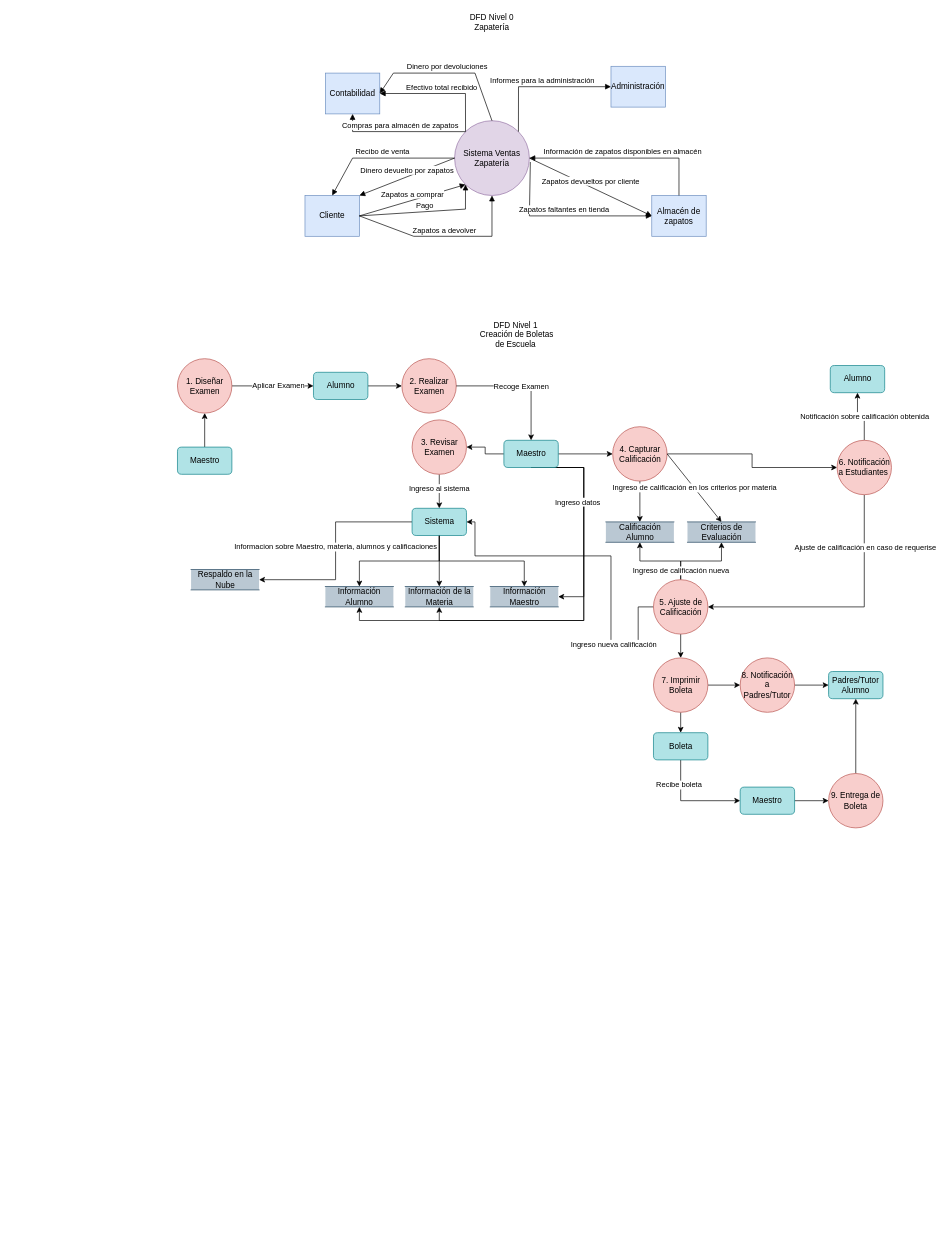
misiomishi/itcj keeps this draw.io diagram as DFD Tarea 1 Ing. Software.drawio. Above is the earlier version. Source tidied: cells renumbered, new cells numbered last; positions are measured from the earlier drawing's top-left corner, leaving out a move shared by most shapes. Both pictures are drawn from the tidied source at 68%, with x=0, y=0 at pixel (177, 12).
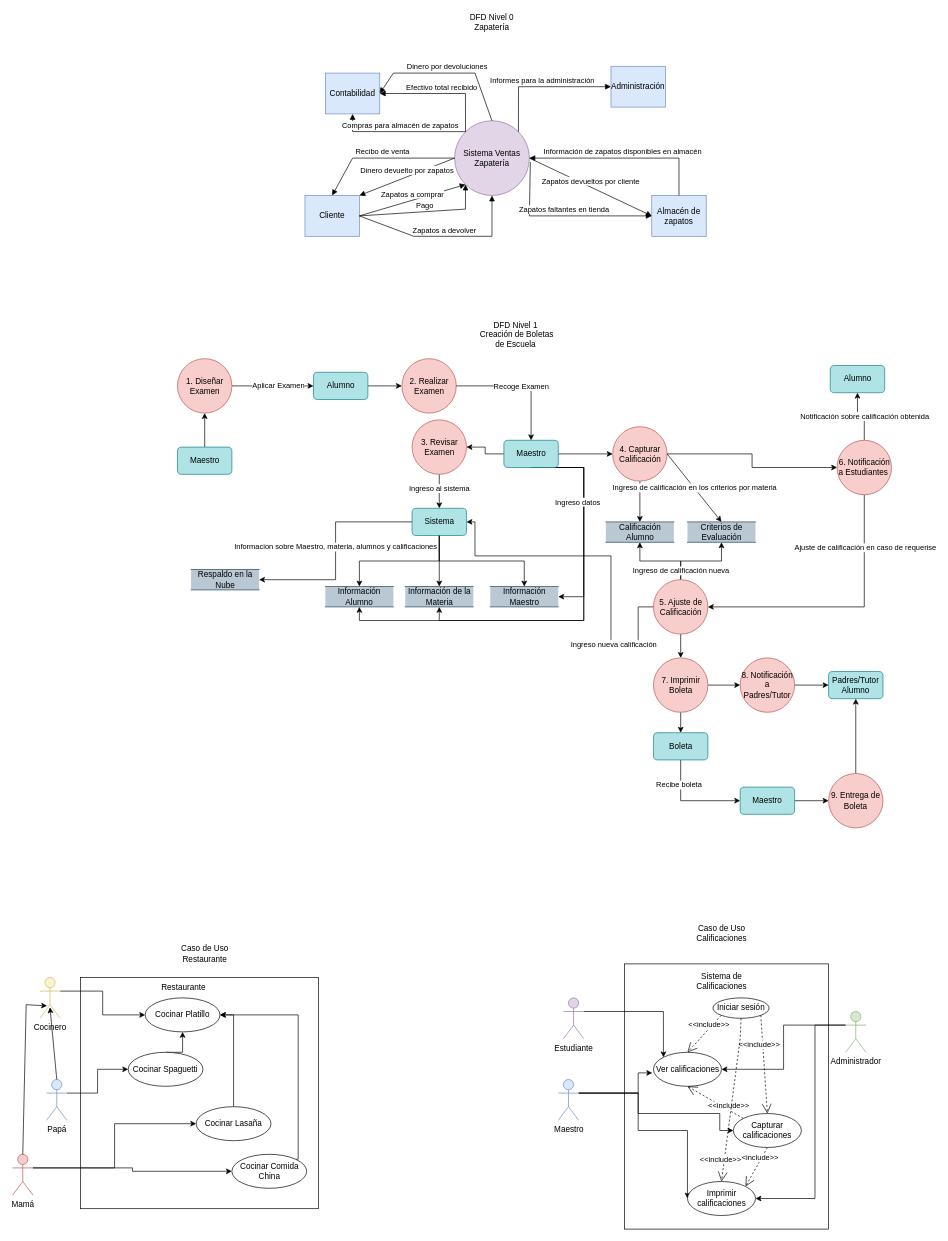
After the change.

Diff of the diagram source:
```diff
@@
+    <mxCell id="84" style="html=1;whiteSpace=wrap;" parent="1" vertex="1">
+      <mxGeometry x="658" y="1400" width="300" height="390" as="geometry" />
+    </mxCell>
@@
+    <mxCell id="85" value="Caso de Uso Restaurante" style="text;html=1;align=center;verticalAlign=middle;whiteSpace=wrap;rounded=0;" parent="1" vertex="1">
+      <mxGeometry x="-24.5" y="1370" width="130" height="30" as="geometry" />
+    </mxCell>
+    <mxCell id="86" style="html=1;whiteSpace=wrap;" parent="1" vertex="1">
+      <mxGeometry x="-142" y="1420" width="350" height="340" as="geometry" />
+    </mxCell>
+    <mxCell id="87" value="&amp;nbsp;Restaurante" style="text;html=1;align=center;verticalAlign=middle;whiteSpace=wrap;rounded=0;" parent="1" vertex="1">
+      <mxGeometry x="-57" y="1420" width="130" height="30" as="geometry" />
+    </mxCell>
+    <mxCell id="88" style="edgeStyle=orthogonalEdgeStyle;rounded=0;jettySize=auto;html=1;exitX=1;exitY=0.3333333333333333;exitDx=0;exitDy=0;exitPerimeter=0;entryX=0;entryY=0.5;entryDx=0;entryDy=0;" parent="1" edge="1" source="89" target="103">
+      <mxGeometry relative="1" as="geometry" />
+    </mxCell>
+    <mxCell id="89" value="Cocinero" style="shape=umlActor;verticalLabelPosition=bottom;verticalAlign=top;html=1;fillColor=#fff2cc;strokeColor=#d6b656;" parent="1" vertex="1">
+      <mxGeometry x="-202" y="1420" width="30" height="60" as="geometry" />
+    </mxCell>
+    <mxCell id="90" style="edgeStyle=orthogonalEdgeStyle;rounded=0;jettySize=auto;html=1;exitX=1;exitY=0.3333333333333333;exitDx=0;exitDy=0;exitPerimeter=0;entryX=0;entryY=0.5;entryDx=0;entryDy=0;" parent="1" edge="1" source="91" target="96">
+      <mxGeometry relative="1" as="geometry" />
+    </mxCell>
+    <mxCell id="91" value="Papá" style="shape=umlActor;verticalLabelPosition=bottom;verticalAlign=top;html=1;fillColor=#dae8fc;strokeColor=#6c8ebf;" parent="1" vertex="1">
+      <mxGeometry x="-192" y="1570" width="30" height="60" as="geometry" />
+    </mxCell>
+    <mxCell id="92" style="edgeStyle=orthogonalEdgeStyle;rounded=0;jettySize=auto;html=1;exitX=1;exitY=0.3333333333333333;exitDx=0;exitDy=0;exitPerimeter=0;entryX=0;entryY=0.5;entryDx=0;entryDy=0;" parent="1" edge="1" source="94" target="98">
+      <mxGeometry relative="1" as="geometry" />
+    </mxCell>
+    <mxCell id="93" style="edgeStyle=orthogonalEdgeStyle;rounded=0;jettySize=auto;html=1;exitX=1;exitY=0.3333333333333333;exitDx=0;exitDy=0;exitPerimeter=0;entryX=0;entryY=0.5;entryDx=0;entryDy=0;" parent="1" edge="1" source="94" target="100">
+      <mxGeometry relative="1" as="geometry" />
+    </mxCell>
+    <mxCell id="94" value="Mamá" style="shape=umlActor;verticalLabelPosition=bottom;verticalAlign=top;html=1;fillColor=#f8cecc;strokeColor=#b85450;" parent="1" vertex="1">
+      <mxGeometry x="-242" y="1680" width="30" height="60" as="geometry" />
+    </mxCell>
+    <mxCell id="95" style="edgeStyle=orthogonalEdgeStyle;rounded=0;jettySize=auto;html=1;exitX=0.5;exitY=0;exitDx=0;exitDy=0;entryX=0.5;entryY=1;entryDx=0;entryDy=0;" parent="1" edge="1" source="96" target="103">
+      <mxGeometry relative="1" as="geometry" />
+    </mxCell>
+    <mxCell id="96" value="Cocinar Spaguetti" style="ellipse;whiteSpace=wrap;html=1;" parent="1" vertex="1">
+      <mxGeometry x="-72" y="1530" width="110" height="50" as="geometry" />
+    </mxCell>
+    <mxCell id="97" style="edgeStyle=orthogonalEdgeStyle;rounded=0;jettySize=auto;html=1;exitX=0.5;exitY=0;exitDx=0;exitDy=0;entryX=1;entryY=0.5;entryDx=0;entryDy=0;" parent="1" edge="1" source="98" target="103">
+      <mxGeometry relative="1" as="geometry" />
+    </mxCell>
+    <mxCell id="98" value="Cocinar Lasaña" style="ellipse;whiteSpace=wrap;html=1;" parent="1" vertex="1">
+      <mxGeometry x="28" y="1610" width="110" height="50" as="geometry" />
+    </mxCell>
+    <mxCell id="99" style="edgeStyle=orthogonalEdgeStyle;rounded=0;jettySize=auto;html=1;exitX=1;exitY=0;exitDx=0;exitDy=0;entryX=1;entryY=0.5;entryDx=0;entryDy=0;" parent="1" edge="1" source="100" target="103">
+      <mxGeometry relative="1" as="geometry">
+        <Array as="points">
+          <mxPoint x="178" y="1687" />
+          <mxPoint x="178" y="1475" />
+        </Array>
+      </mxGeometry>
+    </mxCell>
+    <mxCell id="100" value="Cocinar Comida China" style="ellipse;whiteSpace=wrap;html=1;" parent="1" vertex="1">
+      <mxGeometry x="80.5" y="1680" width="110" height="50" as="geometry" />
+    </mxCell>
+    <mxCell id="101" style="endArrow=classic;html=1;rounded=0;exitX=0.5;exitY=0;exitDx=0;exitDy=0;exitPerimeter=0;entryX=0.5;entryY=0.731;entryDx=0;entryDy=0;entryPerimeter=0;" parent="1" edge="1" source="91" target="89">
+      <mxGeometry relative="1" as="geometry" />
+    </mxCell>
+    <mxCell id="102" style="endArrow=classic;html=1;rounded=0;exitX=0.5;exitY=0;exitDx=0;exitDy=0;exitPerimeter=0;entryX=0.357;entryY=0.695;entryDx=0;entryDy=0;entryPerimeter=0;" parent="1" edge="1" source="94" target="89">
+      <mxGeometry relative="1" as="geometry">
+        <Array as="points">
+          <mxPoint x="-222" y="1460" />
+        </Array>
+      </mxGeometry>
+    </mxCell>
+    <mxCell id="103" value="Cocinar Platillo" style="ellipse;whiteSpace=wrap;html=1;" parent="1" vertex="1">
+      <mxGeometry x="-47" y="1450" width="110" height="50" as="geometry" />
+    </mxCell>
+    <mxCell id="104" value="Caso de Uso Calificaciones" style="text;html=1;align=center;verticalAlign=middle;whiteSpace=wrap;rounded=0;" parent="1" vertex="1">
+      <mxGeometry x="735.5" y="1340" width="130" height="30" as="geometry" />
+    </mxCell>
+    <mxCell id="105" style="edgeStyle=orthogonalEdgeStyle;rounded=0;jettySize=auto;html=1;exitX=1;exitY=0.3333333333333333;exitDx=0;exitDy=0;exitPerimeter=0;entryX=0;entryY=0;entryDx=0;entryDy=0;" parent="1" edge="1" source="106" target="115">
+      <mxGeometry relative="1" as="geometry" />
+    </mxCell>
+    <mxCell id="106" value="Estudiante" style="shape=umlActor;verticalLabelPosition=bottom;verticalAlign=top;html=1;fillColor=#e1d5e7;strokeColor=#9673a6;" parent="1" vertex="1">
+      <mxGeometry x="568" y="1450" width="30" height="60" as="geometry" />
+    </mxCell>
+    <mxCell id="107" style="edgeStyle=orthogonalEdgeStyle;rounded=0;jettySize=auto;html=1;exitX=1;exitY=0.3333333333333333;exitDx=0;exitDy=0;exitPerimeter=0;entryX=-0.018;entryY=0.606;entryDx=0;entryDy=0;entryPerimeter=0;" parent="1" edge="1" source="110" target="115">
+      <mxGeometry relative="1" as="geometry">
+        <Array as="points">
+          <mxPoint x="678" y="1590" />
+          <mxPoint x="678" y="1560" />
+        </Array>
+      </mxGeometry>
+    </mxCell>
+    <mxCell id="108" style="edgeStyle=orthogonalEdgeStyle;rounded=0;jettySize=auto;html=1;exitX=1;exitY=0.3333333333333333;exitDx=0;exitDy=0;exitPerimeter=0;entryX=0;entryY=0.5;entryDx=0;entryDy=0;" parent="1" edge="1" source="110" target="116">
+      <mxGeometry relative="1" as="geometry">
+        <Array as="points">
+          <mxPoint x="678" y="1590" />
+          <mxPoint x="678" y="1645" />
+        </Array>
+      </mxGeometry>
+    </mxCell>
+    <mxCell id="109" style="edgeStyle=orthogonalEdgeStyle;rounded=0;jettySize=auto;html=1;exitX=1;exitY=0.3333333333333333;exitDx=0;exitDy=0;exitPerimeter=0;entryX=0;entryY=0.5;entryDx=0;entryDy=0;" parent="1" edge="1" source="110" target="122">
+      <mxGeometry relative="1" as="geometry">
+        <Array as="points">
+          <mxPoint x="678" y="1590" />
+          <mxPoint x="678" y="1620" />
+          <mxPoint x="798" y="1620" />
+        </Array>
+      </mxGeometry>
+    </mxCell>
+    <mxCell id="110" value="Maestro" style="shape=umlActor;verticalLabelPosition=bottom;verticalAlign=top;html=1;fillColor=#dae8fc;strokeColor=#6c8ebf;" parent="1" vertex="1">
+      <mxGeometry x="560.5" y="1570" width="30" height="60" as="geometry" />
+    </mxCell>
+    <mxCell id="111" style="edgeStyle=orthogonalEdgeStyle;rounded=0;jettySize=auto;html=1;exitX=0;exitY=0.3333333333333333;exitDx=0;exitDy=0;exitPerimeter=0;entryX=1;entryY=0.5;entryDx=0;entryDy=0;" parent="1" edge="1" source="113" target="116">
+      <mxGeometry relative="1" as="geometry">
+        <Array as="points">
+          <mxPoint x="938" y="1490" />
+          <mxPoint x="938" y="1745" />
+        </Array>
+      </mxGeometry>
+    </mxCell>
+    <mxCell id="112" style="edgeStyle=orthogonalEdgeStyle;rounded=0;jettySize=auto;html=1;exitX=0;exitY=0.3333333333333333;exitDx=0;exitDy=0;exitPerimeter=0;entryX=1;entryY=0.5;entryDx=0;entryDy=0;" parent="1" edge="1" source="113" target="115">
+      <mxGeometry relative="1" as="geometry" />
+    </mxCell>
+    <mxCell id="113" value="Administrador" style="shape=umlActor;verticalLabelPosition=bottom;verticalAlign=top;html=1;fillColor=#d5e8d4;strokeColor=#82b366;" parent="1" vertex="1">
+      <mxGeometry x="983" y="1470" width="30" height="60" as="geometry" />
+    </mxCell>
+    <mxCell id="114" value="Sistema de Calificaciones" style="text;html=1;align=center;verticalAlign=middle;whiteSpace=wrap;rounded=0;" parent="1" vertex="1">
+      <mxGeometry x="735.5" y="1410" width="130" height="30" as="geometry" />
+    </mxCell>
+    <mxCell id="115" value="Ver calificaciones" style="ellipse;whiteSpace=wrap;html=1;" parent="1" vertex="1">
+      <mxGeometry x="700.5" y="1530" width="100" height="50" as="geometry" />
+    </mxCell>
+    <mxCell id="116" value="Imprimir calificaciones" style="ellipse;whiteSpace=wrap;html=1;" parent="1" vertex="1">
+      <mxGeometry x="750.5" y="1720" width="100" height="50" as="geometry" />
+    </mxCell>
+    <mxCell id="117" value="Iniciar sesión" style="ellipse;whiteSpace=wrap;html=1;" parent="1" vertex="1">
+      <mxGeometry x="788" y="1450" width="82.5" height="30" as="geometry" />
+    </mxCell>
+    <mxCell id="118" value="&amp;lt;&amp;lt;include&amp;gt;&amp;gt;" style="endArrow=open;endSize=12;dashed=1;html=1;rounded=0;exitX=0;exitY=0;exitDx=0;exitDy=0;entryX=0.5;entryY=1;entryDx=0;entryDy=0;" parent="1" edge="1" source="122" target="115">
+      <mxGeometry x="-0.4" y="-5" relative="1" as="geometry" />
+    </mxCell>
+    <mxCell id="119" value="&amp;lt;&amp;lt;include&amp;gt;&amp;gt;" style="endArrow=open;endSize=12;dashed=1;html=1;rounded=0;exitX=0;exitY=1;exitDx=0;exitDy=0;entryX=0.5;entryY=0;entryDx=0;entryDy=0;" parent="1" edge="1" source="117" target="115">
+      <mxGeometry x="-0.4" y="-5" relative="1" as="geometry" />
+    </mxCell>
+    <mxCell id="120" value="&amp;lt;&amp;lt;include&amp;gt;&amp;gt;" style="endArrow=open;endSize=12;dashed=1;html=1;rounded=0;exitX=1;exitY=1;exitDx=0;exitDy=0;entryX=0.5;entryY=0;entryDx=0;entryDy=0;strokeWidth=1;" parent="1" edge="1" source="117" target="122">
+      <mxGeometry x="-0.4" y="-5" relative="1" as="geometry" />
+    </mxCell>
+    <mxCell id="121" value="&amp;lt;&amp;lt;include&amp;gt;&amp;gt;" style="endArrow=open;endSize=12;dashed=1;html=1;rounded=0;entryX=1;entryY=0;entryDx=0;entryDy=0;exitX=0.5;exitY=1;exitDx=0;exitDy=0;" parent="1" edge="1" source="122" target="116">
+      <mxGeometry x="-0.4" y="-5" relative="1" as="geometry" />
+    </mxCell>
+    <mxCell id="122" value="Capturar calificaciones" style="ellipse;whiteSpace=wrap;html=1;" parent="1" vertex="1">
+      <mxGeometry x="818" y="1620" width="100" height="50" as="geometry" />
+    </mxCell>
+    <mxCell id="123" value="&amp;lt;&amp;lt;include&amp;gt;&amp;gt;" style="endArrow=open;endSize=12;dashed=1;html=1;rounded=0;exitX=0.5;exitY=1;exitDx=0;exitDy=0;entryX=0.5;entryY=0;entryDx=0;entryDy=0;" parent="1" edge="1" source="117" target="116">
+      <mxGeometry x="0.74" y="-6" relative="1" as="geometry">
+        <Array as="points">
+          <mxPoint x="828" y="1510" />
+        </Array>
+      </mxGeometry>
+    </mxCell>
```
